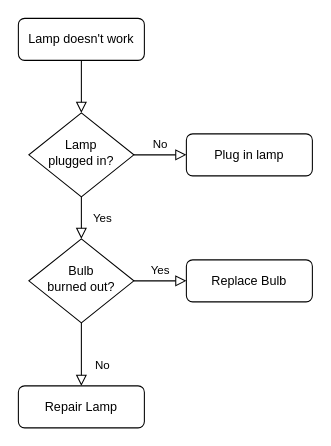
Above: Untitled Diagram.drawio in ddela008/Team_Gold_Flowcharts (draw.io), before the change. Source tidied: cells renumbered, new cells numbered last; positions are measured from the earlier drawing's top-left corner, leaving out a move shared by most shapes. Both pictures are drawn from the tidied source at 105%, with x=0, y=0 at pixel (18, 18).
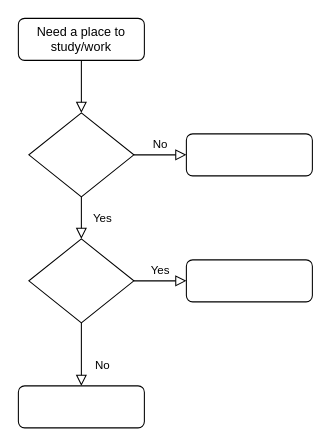
The same diagram, later.

What changed in the source:
```diff
@@
 <mxGraphModel>
   <root>
     <mxCell id="0" />
     <mxCell id="1" parent="0" />
     <mxCell id="2" style="rounded=0;html=1;jettySize=auto;fontSize=11;endArrow=block;endFill=0;endSize=8;strokeWidth=1;shadow=0;labelBackgroundColor=none;edgeStyle=orthogonalEdgeStyle;" parent="1" edge="1" source="3" target="6">
       <mxGeometry relative="1" as="geometry" />
     </mxCell>
-    <mxCell id="3" value="Lamp doesn't work" style="rounded=1;whiteSpace=wrap;html=1;fontSize=12;glass=0;strokeWidth=1;shadow=0;" parent="1" vertex="1">
+    <mxCell id="3" value="Need a place to study/work" style="rounded=1;whiteSpace=wrap;html=1;fontSize=12;glass=0;strokeWidth=1;shadow=0;" parent="1" vertex="1">
       <mxGeometry width="120" height="40" as="geometry" />
     </mxCell>
     <mxCell id="4" value="Yes" style="rounded=0;html=1;jettySize=auto;fontSize=11;endArrow=block;endFill=0;endSize=8;strokeWidth=1;shadow=0;labelBackgroundColor=none;edgeStyle=orthogonalEdgeStyle;" parent="1" edge="1" source="6" target="10">
       <mxGeometry y="20" relative="1" as="geometry" />
     </mxCell>
     <mxCell id="5" value="No" style="edgeStyle=orthogonalEdgeStyle;rounded=0;html=1;jettySize=auto;fontSize=11;endArrow=block;endFill=0;endSize=8;strokeWidth=1;shadow=0;labelBackgroundColor=none;" parent="1" edge="1" source="6" target="7">
       <mxGeometry y="10" relative="1" as="geometry" />
     </mxCell>
-    <mxCell id="6" value="Lamp&lt;br&gt;plugged in?" style="rhombus;whiteSpace=wrap;html=1;shadow=0;fontFamily=Helvetica;fontSize=12;align=center;strokeWidth=1;spacing=6;spacingTop=-4;" parent="1" vertex="1">
+    <mxCell id="6" style="rhombus;whiteSpace=wrap;html=1;shadow=0;fontFamily=Helvetica;fontSize=12;align=center;strokeWidth=1;spacing=6;spacingTop=-4;" parent="1" vertex="1">
       <mxGeometry x="10" y="90" width="100" height="80" as="geometry" />
     </mxCell>
-    <mxCell id="7" value="Plug in lamp" style="rounded=1;whiteSpace=wrap;html=1;fontSize=12;glass=0;strokeWidth=1;shadow=0;" parent="1" vertex="1">
+    <mxCell id="7" style="rounded=1;whiteSpace=wrap;html=1;fontSize=12;glass=0;strokeWidth=1;shadow=0;" parent="1" vertex="1">
       <mxGeometry x="160" y="110" width="120" height="40" as="geometry" />
     </mxCell>
     <mxCell id="8" value="No" style="rounded=0;html=1;jettySize=auto;fontSize=11;endArrow=block;endFill=0;endSize=8;strokeWidth=1;shadow=0;labelBackgroundColor=none;edgeStyle=orthogonalEdgeStyle;" parent="1" edge="1" source="10" target="11">
       <mxGeometry x="0.33" y="20" relative="1" as="geometry" />
     </mxCell>
     <mxCell id="9" value="Yes" style="edgeStyle=orthogonalEdgeStyle;rounded=0;html=1;jettySize=auto;fontSize=11;endArrow=block;endFill=0;endSize=8;strokeWidth=1;shadow=0;labelBackgroundColor=none;" parent="1" edge="1" source="10" target="12">
       <mxGeometry y="10" relative="1" as="geometry" />
     </mxCell>
-    <mxCell id="10" value="Bulb&lt;br&gt;burned out?" style="rhombus;whiteSpace=wrap;html=1;shadow=0;fontFamily=Helvetica;fontSize=12;align=center;strokeWidth=1;spacing=6;spacingTop=-4;" parent="1" vertex="1">
+    <mxCell id="10" style="rhombus;whiteSpace=wrap;html=1;shadow=0;fontFamily=Helvetica;fontSize=12;align=center;strokeWidth=1;spacing=6;spacingTop=-4;" parent="1" vertex="1">
       <mxGeometry x="10" y="210" width="100" height="80" as="geometry" />
     </mxCell>
-    <mxCell id="11" value="Repair Lamp" style="rounded=1;whiteSpace=wrap;html=1;fontSize=12;glass=0;strokeWidth=1;shadow=0;" parent="1" vertex="1">
+    <mxCell id="11" style="rounded=1;whiteSpace=wrap;html=1;fontSize=12;glass=0;strokeWidth=1;shadow=0;" parent="1" vertex="1">
       <mxGeometry y="350" width="120" height="40" as="geometry" />
     </mxCell>
-    <mxCell id="12" value="Replace Bulb" style="rounded=1;whiteSpace=wrap;html=1;fontSize=12;glass=0;strokeWidth=1;shadow=0;" parent="1" vertex="1">
+    <mxCell id="12" style="rounded=1;whiteSpace=wrap;html=1;fontSize=12;glass=0;strokeWidth=1;shadow=0;" parent="1" vertex="1">
       <mxGeometry x="160" y="230" width="120" height="40" as="geometry" />
     </mxCell>
   </root>
 </mxGraphModel>
```
